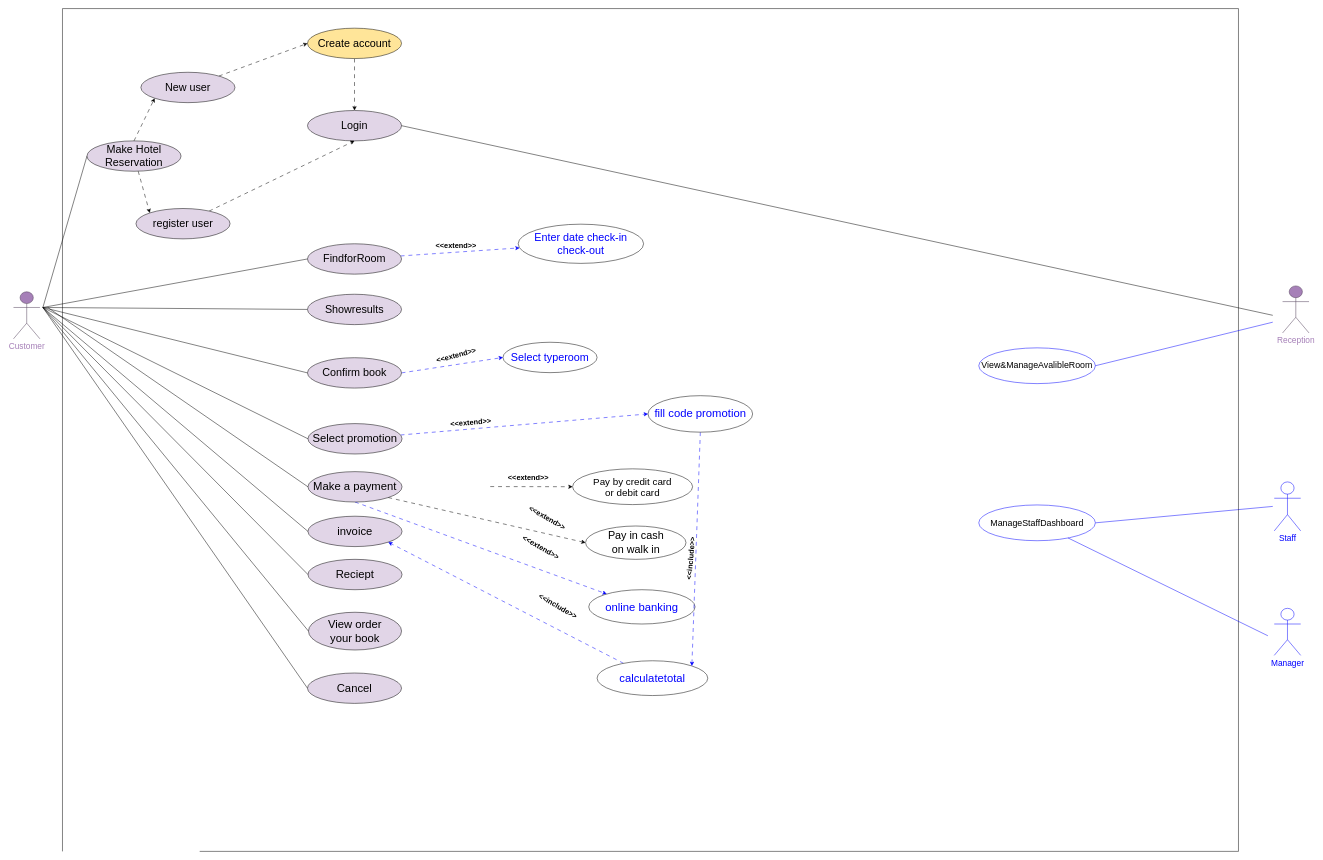
The draw.io diagram usecase1.drawio in Yaya25aom/bookhotel, before the edit. Source tidied: cells renumbered, new cells numbered last; positions are measured from the earlier drawing's top-left corner, leaving out a move shared by most shapes. Both pictures are drawn from the tidied source at 49%, with x=0, y=0 at pixel (13, 8).
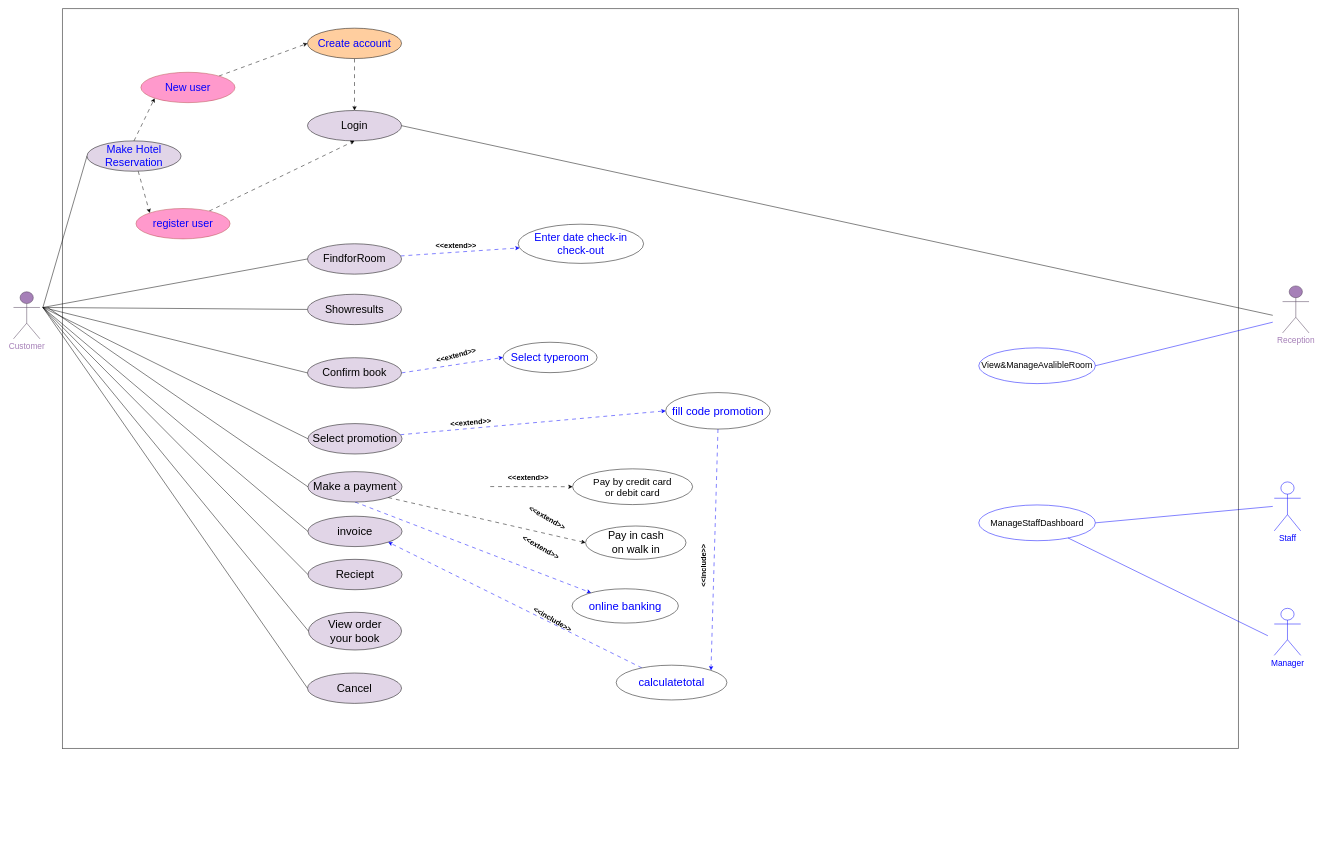
After the change.

The edit, as a diff of the source:
```diff
@@
-    <mxCell id="3" value="&lt;font style=&quot;font-size: 22px;&quot;&gt;Create account&lt;/font&gt;" style="ellipse;whiteSpace=wrap;html=1;fillColor=#FFE599;" parent="1" vertex="1">
+    <mxCell id="3" value="&lt;font style=&quot;font-size: 22px;&quot;&gt;Create account&lt;/font&gt;" style="ellipse;whiteSpace=wrap;html=1;fillColor=#FFCE9F;fontColor=#0000FF;" parent="1" vertex="1">
       <mxGeometry x="600" y="40" width="192" height="62" as="geometry" />
     </mxCell>
@@
-    <mxCell id="11" value="&lt;font style=&quot;font-size: 22px;&quot;&gt;Make Hotel Reservation&lt;/font&gt;" style="ellipse;whiteSpace=wrap;html=1;fillColor=#E1D5E7;" parent="1" vertex="1">
+    <mxCell id="11" value="&lt;font style=&quot;font-size: 22px;&quot;&gt;Make Hotel Reservation&lt;/font&gt;" style="ellipse;whiteSpace=wrap;html=1;fillColor=#E1D5E7;fontColor=#0000FF;" parent="1" vertex="1">
       <mxGeometry x="150" y="270" width="192" height="62" as="geometry" />
     </mxCell>
@@
     <mxCell id="37" style="endArrow=none;html=1;rounded=0;" parent="1" edge="1">
       <mxGeometry relative="1" as="geometry">
-        <mxPoint x="100" y="1720" as="sourcePoint" />
+        <mxPoint x="100" y="1510" as="sourcePoint" />
         <mxPoint x="100" as="targetPoint" />
       </mxGeometry>
     </mxCell>
@@
     <mxCell id="39" style="endArrow=none;html=1;rounded=0;" parent="1" edge="1">
       <mxGeometry relative="1" as="geometry">
-        <mxPoint x="2500" y="1720" as="sourcePoint" />
+        <mxPoint x="2500" y="1510" as="sourcePoint" />
         <mxPoint x="2500" as="targetPoint" />
       </mxGeometry>
     </mxCell>
     <mxCell id="40" style="endArrow=none;html=1;rounded=0;" parent="1" edge="1">
       <mxGeometry relative="1" as="geometry">
-        <mxPoint x="380" y="1720" as="sourcePoint" />
-        <mxPoint x="2500" y="1720" as="targetPoint" />
+        <mxPoint x="99" y="1510" as="sourcePoint" />
+        <mxPoint x="2500" y="1510" as="targetPoint" />
       </mxGeometry>
     </mxCell>
@@
     <mxCell id="48" value="&lt;font color=&quot;#0000ff&quot; style=&quot;font-size: 23px;&quot;&gt;online banking&lt;/font&gt;" style="ellipse;whiteSpace=wrap;html=1;fillColor=#FFFFFF;" parent="1" vertex="1">
-      <mxGeometry x="1174" y="1186" width="217" height="70" as="geometry" />
+      <mxGeometry x="1140" y="1184.1" width="217" height="70" as="geometry" />
     </mxCell>
@@
     <mxCell id="51" value="&lt;font color=&quot;#0000ff&quot; style=&quot;font-size: 23px;&quot;&gt;calculatetotal&lt;/font&gt;" style="ellipse;whiteSpace=wrap;html=1;fillColor=#FFFFFF;" parent="1" vertex="1">
-      <mxGeometry x="1191" y="1331" width="226" height="71" as="geometry" />
+      <mxGeometry x="1230" y="1340" width="226" height="71" as="geometry" />
     </mxCell>
     <mxCell id="52" value="&lt;span style=&quot;font-size: 15px;&quot;&gt;&lt;b&gt;&amp;lt;&amp;lt;include&amp;gt;&amp;gt;&lt;/b&gt;&lt;/span&gt;" style="text;html=1;strokeColor=none;fillColor=none;align=center;verticalAlign=middle;whiteSpace=wrap;rounded=0;fontSize=11;fontFamily=Helvetica;fontColor=default;rotation=30;" parent="1" vertex="1">
-      <mxGeometry x="1061" y="1206.2" width="101.6" height="25.8" as="geometry" />
+      <mxGeometry x="1050" y="1233" width="101.6" height="25.8" as="geometry" />
     </mxCell>
@@
     <mxCell id="54" value="&lt;font color=&quot;#0000ff&quot; style=&quot;font-size: 23px;&quot;&gt;fill code promotion&lt;/font&gt;" style="ellipse;whiteSpace=wrap;html=1;fillColor=#FFFFFF;" parent="1" vertex="1">
-      <mxGeometry x="1295" y="790" width="213.5" height="74.5" as="geometry" />
+      <mxGeometry x="1331" y="783.7" width="213.5" height="74.5" as="geometry" />
     </mxCell>
-    <mxCell id="55" value="&lt;span style=&quot;font-size: 15px;&quot;&gt;&lt;b&gt;&amp;lt;&amp;lt;include&amp;gt;&amp;gt;&lt;/b&gt;&lt;/span&gt;" style="text;html=1;strokeColor=none;fillColor=none;align=center;verticalAlign=middle;whiteSpace=wrap;rounded=0;fontSize=11;fontFamily=Helvetica;fontColor=default;rotation=-85;" parent="1" vertex="1">
-      <mxGeometry x="1331" y="1109.2" width="101.6" height="25.8" as="geometry" />
+    <mxCell id="55" value="&lt;span style=&quot;font-size: 15px;&quot;&gt;&lt;b&gt;&amp;lt;&amp;lt;include&amp;gt;&amp;gt;&lt;/b&gt;&lt;/span&gt;" style="text;html=1;strokeColor=none;fillColor=none;align=center;verticalAlign=middle;whiteSpace=wrap;rounded=0;fontSize=11;fontFamily=Helvetica;fontColor=default;rotation=-90;" parent="1" vertex="1">
+      <mxGeometry x="1357" y="1124" width="101.6" height="25.8" as="geometry" />
     </mxCell>
@@
-    <mxCell id="62" value="&lt;font style=&quot;font-size: 22px;&quot;&gt;New user&lt;/font&gt;" style="ellipse;whiteSpace=wrap;html=1;fillColor=#E1D5E7;" parent="1" vertex="1">
+    <mxCell id="62" value="&lt;font style=&quot;font-size: 22px;&quot;&gt;New user&lt;/font&gt;" style="ellipse;whiteSpace=wrap;html=1;fillColor=#FF99CC;strokeColor=#b85450;fontColor=#0000FF;" parent="1" vertex="1">
       <mxGeometry x="260" y="130" width="192" height="62" as="geometry" />
     </mxCell>
@@
-    <mxCell id="64" value="&lt;font style=&quot;font-size: 22px;&quot;&gt;register user&lt;/font&gt;" style="ellipse;whiteSpace=wrap;html=1;fillColor=#E1D5E7;" parent="1" vertex="1">
+    <mxCell id="64" value="&lt;font style=&quot;font-size: 22px;&quot;&gt;register user&lt;/font&gt;" style="ellipse;whiteSpace=wrap;html=1;fillColor=#FF99CC;strokeColor=#b85450;fontColor=#0000FF;" parent="1" vertex="1">
       <mxGeometry x="250" y="408" width="192" height="62" as="geometry" />
     </mxCell>
```
